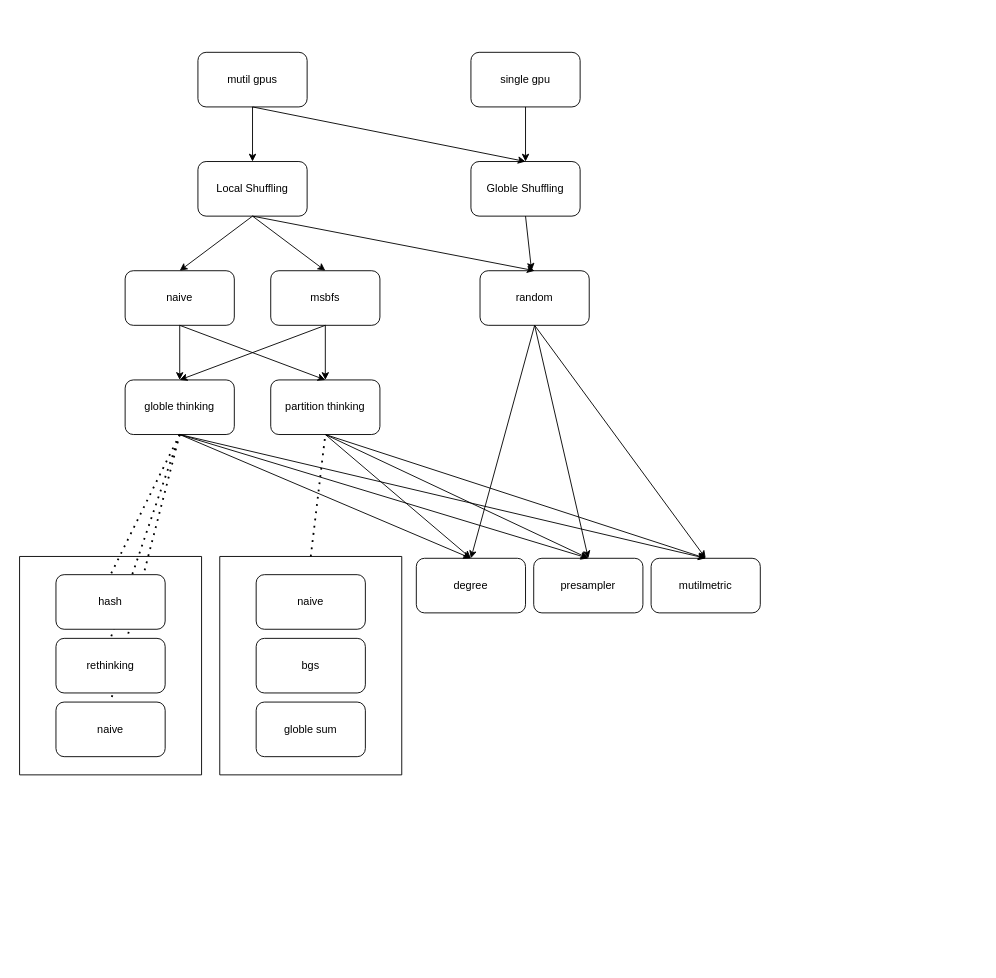
The draw.io diagram draw/data_arch.drawio in Baizx98/BGS, before the edit. Source tidied: cells renumbered, new cells numbered last; positions are measured from the earlier drawing's top-left corner, leaving out a move shared by most shapes. Both pictures are drawn from the tidied source at 91%, with x=0, y=0 at pixel (19, 52).
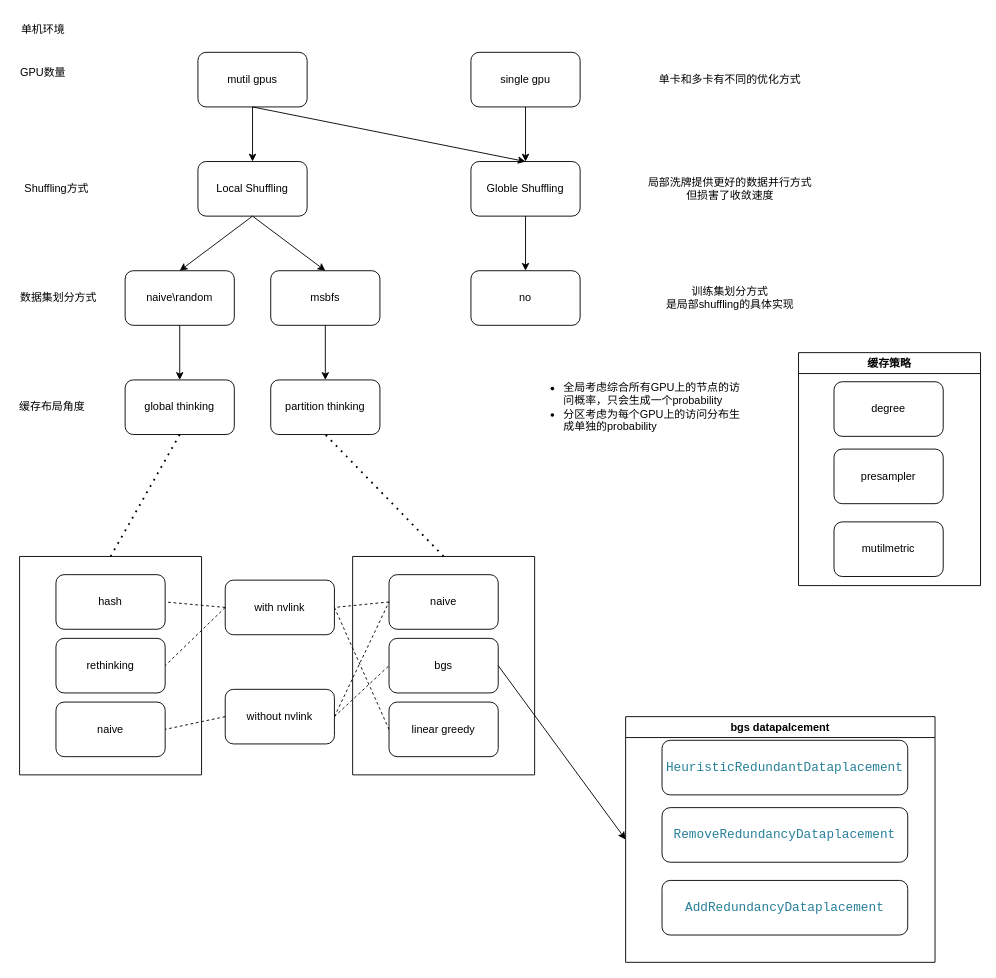
Above is the later version.

The change refers to these unchanged cells:
```xml
<mxCell id="4" value="msbfs" style="rounded=1;whiteSpace=wrap;html=1;" parent="1" vertex="1">
  <mxGeometry x="276" y="240" width="120" height="60" as="geometry" />
</mxCell>
<mxCell id="5" value="Local Shuffling" style="rounded=1;whiteSpace=wrap;html=1;" parent="1" vertex="1">
  <mxGeometry x="196" y="120" width="120" height="60" as="geometry" />
</mxCell>
<mxCell id="13" value="partition thinking" style="rounded=1;whiteSpace=wrap;html=1;" parent="1" vertex="1">
  <mxGeometry x="276" y="360" width="120" height="60" as="geometry" />
</mxCell>
<mxCell id="37" style="swimlane;startSize=0;" parent="1" vertex="1">
  <mxGeometry y="554" width="200" height="240" as="geometry" />
</mxCell>
<mxCell id="38" value="hash" style="rounded=1;whiteSpace=wrap;html=1;" parent="37" vertex="1">
  <mxGeometry x="40" y="20" width="120" height="60" as="geometry" />
</mxCell>
<mxCell id="39" value="rethinking" style="rounded=1;whiteSpace=wrap;html=1;" parent="37" vertex="1">
  <mxGeometry x="40" y="90" width="120" height="60" as="geometry" />
</mxCell>
<mxCell id="40" value="naive" style="rounded=1;whiteSpace=wrap;html=1;" parent="37" vertex="1">
  <mxGeometry x="40" y="160" width="120" height="60" as="geometry" />
</mxCell>
<mxCell id="42" value="naive" style="rounded=1;whiteSpace=wrap;html=1;" parent="41" vertex="1">
  <mxGeometry x="40" y="20" width="120" height="60" as="geometry" />
</mxCell>
<mxCell id="43" value="bgs" style="rounded=1;whiteSpace=wrap;html=1;" parent="41" vertex="1">
  <mxGeometry x="40" y="90" width="120" height="60" as="geometry" />
</mxCell>
```

What changed in the source:
```diff
@@
-    <mxCell id="2" value="naive" style="rounded=1;whiteSpace=wrap;html=1;" parent="1" vertex="1">
+    <mxCell id="2" value="naive\random" style="rounded=1;whiteSpace=wrap;html=1;" parent="1" vertex="1">
       <mxGeometry x="116" y="240" width="120" height="60" as="geometry" />
     </mxCell>
-    <mxCell id="3" value="random" style="rounded=1;whiteSpace=wrap;html=1;" parent="1" vertex="1">
-      <mxGeometry x="506" y="240" width="120" height="60" as="geometry" />
+    <mxCell id="3" value="no" style="rounded=1;whiteSpace=wrap;html=1;" parent="1" vertex="1">
+      <mxGeometry x="496" y="240" width="120" height="60" as="geometry" />
     </mxCell>
@@
-    <mxCell id="7" value="degree" style="rounded=1;whiteSpace=wrap;html=1;" parent="1" vertex="1">
-      <mxGeometry x="436" y="556" width="120" height="60" as="geometry" />
-    </mxCell>
-    <mxCell id="8" value="presampler" style="rounded=1;whiteSpace=wrap;html=1;" parent="1" vertex="1">
-      <mxGeometry x="565" y="556" width="120" height="60" as="geometry" />
-    </mxCell>
-    <mxCell id="9" value="mutilmetric" style="rounded=1;whiteSpace=wrap;html=1;" parent="1" vertex="1">
-      <mxGeometry x="694" y="556" width="120" height="60" as="geometry" />
-    </mxCell>
@@
-    <mxCell id="12" value="globle thinking" style="rounded=1;whiteSpace=wrap;html=1;" parent="1" vertex="1">
+    <mxCell id="12" value="global thinking" style="rounded=1;whiteSpace=wrap;html=1;" parent="1" vertex="1">
       <mxGeometry x="116" y="360" width="120" height="60" as="geometry" />
     </mxCell>
@@
-    <mxCell id="20" style="endArrow=classic;html=1;exitX=0.5;exitY=1;exitDx=0;exitDy=0;entryX=0.5;entryY=0;entryDx=0;entryDy=0;" parent="1" edge="1" source="5" target="3">
-      <mxGeometry relative="1" as="geometry" />
-    </mxCell>
@@
-    <mxCell id="22" style="endArrow=classic;html=1;exitX=0.5;exitY=1;exitDx=0;exitDy=0;entryX=0.5;entryY=0;entryDx=0;entryDy=0;" parent="1" edge="1" source="2" target="13">
-      <mxGeometry relative="1" as="geometry" />
-    </mxCell>
-    <mxCell id="23" style="endArrow=classic;html=1;exitX=0.5;exitY=1;exitDx=0;exitDy=0;entryX=0.5;entryY=0;entryDx=0;entryDy=0;" parent="1" edge="1" source="4" target="12">
-      <mxGeometry relative="1" as="geometry" />
-    </mxCell>
@@
-    <mxCell id="25" style="endArrow=classic;html=1;exitX=0.5;exitY=1;exitDx=0;exitDy=0;entryX=0.5;entryY=0;entryDx=0;entryDy=0;" parent="1" edge="1" source="12" target="7">
-      <mxGeometry relative="1" as="geometry" />
-    </mxCell>
-    <mxCell id="26" style="endArrow=classic;html=1;exitX=0.5;exitY=1;exitDx=0;exitDy=0;entryX=0.5;entryY=0;entryDx=0;entryDy=0;" parent="1" edge="1" source="12" target="8">
-      <mxGeometry relative="1" as="geometry" />
-    </mxCell>
-    <mxCell id="27" style="endArrow=classic;html=1;exitX=0.5;exitY=1;exitDx=0;exitDy=0;entryX=0.5;entryY=0;entryDx=0;entryDy=0;" parent="1" edge="1" source="12" target="9">
-      <mxGeometry relative="1" as="geometry" />
-    </mxCell>
-    <mxCell id="28" style="endArrow=classic;html=1;exitX=0.5;exitY=1;exitDx=0;exitDy=0;entryX=0.5;entryY=0;entryDx=0;entryDy=0;" parent="1" edge="1" source="13" target="7">
-      <mxGeometry relative="1" as="geometry" />
-    </mxCell>
-    <mxCell id="29" style="endArrow=classic;html=1;exitX=0.5;exitY=1;exitDx=0;exitDy=0;entryX=0.5;entryY=0;entryDx=0;entryDy=0;" parent="1" edge="1" source="13" target="8">
-      <mxGeometry relative="1" as="geometry" />
-    </mxCell>
-    <mxCell id="30" style="endArrow=classic;html=1;exitX=0.5;exitY=1;exitDx=0;exitDy=0;entryX=0.5;entryY=0;entryDx=0;entryDy=0;" parent="1" edge="1" source="13" target="9">
-      <mxGeometry relative="1" as="geometry" />
-    </mxCell>
-    <mxCell id="31" style="endArrow=classic;html=1;exitX=0.5;exitY=1;exitDx=0;exitDy=0;entryX=0.5;entryY=0;entryDx=0;entryDy=0;" parent="1" edge="1" source="3" target="7">
-      <mxGeometry relative="1" as="geometry" />
-    </mxCell>
-    <mxCell id="32" style="endArrow=classic;html=1;exitX=0.5;exitY=1;exitDx=0;exitDy=0;entryX=0.5;entryY=0;entryDx=0;entryDy=0;" parent="1" edge="1" source="3" target="8">
-      <mxGeometry relative="1" as="geometry" />
-    </mxCell>
-    <mxCell id="33" style="endArrow=classic;html=1;exitX=0.5;exitY=1;exitDx=0;exitDy=0;entryX=0.5;entryY=0;entryDx=0;entryDy=0;" parent="1" edge="1" source="3" target="9">
-      <mxGeometry relative="1" as="geometry" />
-    </mxCell>
-    <mxCell id="34" style="endArrow=none;dashed=1;html=1;dashPattern=1 3;strokeWidth=2;exitX=0.5;exitY=1;exitDx=0;exitDy=0;entryX=0.5;entryY=0;entryDx=0;entryDy=0;" parent="1" edge="1" source="12" target="38">
+    <mxCell id="34" style="endArrow=none;dashed=1;html=1;dashPattern=1 3;strokeWidth=2;exitX=0.5;exitY=1;exitDx=0;exitDy=0;entryX=0.5;entryY=0;entryDx=0;entryDy=0;" parent="1" edge="1" source="12" target="37">
       <mxGeometry relative="1" as="geometry" />
     </mxCell>
-    <mxCell id="35" style="endArrow=none;dashed=1;html=1;dashPattern=1 3;strokeWidth=2;exitX=0.5;exitY=1;exitDx=0;exitDy=0;entryX=0.5;entryY=0;entryDx=0;entryDy=0;" parent="1" edge="1" source="12" target="39">
-      <mxGeometry relative="1" as="geometry" />
-    </mxCell>
-    <mxCell id="36" style="endArrow=none;dashed=1;html=1;dashPattern=1 3;strokeWidth=2;exitX=0.5;exitY=1;exitDx=0;exitDy=0;entryX=0.5;entryY=0;entryDx=0;entryDy=0;" parent="1" edge="1" source="12" target="40">
-      <mxGeometry relative="1" as="geometry" />
-    </mxCell>
@@
     <mxCell id="41" style="swimlane;startSize=0;" parent="1" vertex="1">
-      <mxGeometry x="220" y="554" width="200" height="240" as="geometry" />
+      <mxGeometry x="366" y="554" width="200" height="240" as="geometry" />
     </mxCell>
@@
-    <mxCell id="44" value="globle sum" style="rounded=1;whiteSpace=wrap;html=1;" parent="41" vertex="1">
+    <mxCell id="44" value="linear greedy" style="rounded=1;whiteSpace=wrap;html=1;" parent="41" vertex="1">
       <mxGeometry x="40" y="160" width="120" height="60" as="geometry" />
     </mxCell>
@@
+    <mxCell id="46" value="单机环境" style="text;html=1;strokeColor=none;fillColor=none;align=center;verticalAlign=middle;whiteSpace=wrap;rounded=0;" parent="1" vertex="1">
+      <mxGeometry x="-4" y="-40" width="60" height="30" as="geometry" />
+    </mxCell>
+    <mxCell id="47" value="GPU数量" style="text;html=1;strokeColor=none;fillColor=none;align=center;verticalAlign=middle;whiteSpace=wrap;rounded=0;" parent="1" vertex="1">
+      <mxGeometry x="-4" y="7" width="60" height="30" as="geometry" />
+    </mxCell>
+    <mxCell id="48" value="Shuffling方式" style="text;html=1;strokeColor=none;fillColor=none;align=center;verticalAlign=middle;whiteSpace=wrap;rounded=0;" parent="1" vertex="1">
+      <mxGeometry x="-4" y="135" width="90" height="30" as="geometry" />
+    </mxCell>
+    <mxCell id="49" value="数据集划分方式" style="text;html=1;strokeColor=none;fillColor=none;align=center;verticalAlign=middle;whiteSpace=wrap;rounded=0;" parent="1" vertex="1">
+      <mxGeometry y="255" width="86" height="30" as="geometry" />
+    </mxCell>
+    <mxCell id="50" value="缓存布局角度" style="text;html=1;strokeColor=none;fillColor=none;align=center;verticalAlign=middle;whiteSpace=wrap;rounded=0;" parent="1" vertex="1">
+      <mxGeometry x="-4" y="375" width="80" height="30" as="geometry" />
+    </mxCell>
+    <mxCell id="51" value="缓存策略" style="swimlane;whiteSpace=wrap;html=1;" parent="1" vertex="1">
+      <mxGeometry x="856" y="330" width="200" height="256" as="geometry" />
+    </mxCell>
+    <mxCell id="7" value="degree" style="rounded=1;whiteSpace=wrap;html=1;" parent="51" vertex="1">
+      <mxGeometry x="39" y="32" width="120" height="60" as="geometry" />
+    </mxCell>
+    <mxCell id="8" value="presampler" style="rounded=1;whiteSpace=wrap;html=1;" parent="51" vertex="1">
+      <mxGeometry x="39" y="106" width="120" height="60" as="geometry" />
+    </mxCell>
+    <mxCell id="9" value="mutilmetric" style="rounded=1;whiteSpace=wrap;html=1;" parent="51" vertex="1">
+      <mxGeometry x="39" y="186" width="120" height="60" as="geometry" />
+    </mxCell>
+    <mxCell id="52" value="单卡和多卡有不同的优化方式" style="text;html=1;strokeColor=none;fillColor=none;align=center;verticalAlign=middle;whiteSpace=wrap;rounded=0;" parent="1" vertex="1">
+      <mxGeometry x="696" y="15" width="170" height="30" as="geometry" />
+    </mxCell>
+    <mxCell id="53" value="局部洗牌提供更好的数据并行方式&lt;br&gt;但损害了收敛速度" style="text;html=1;strokeColor=none;fillColor=none;align=center;verticalAlign=middle;whiteSpace=wrap;rounded=0;" parent="1" vertex="1">
+      <mxGeometry x="681" y="135" width="200" height="30" as="geometry" />
+    </mxCell>
+    <mxCell id="54" value="训练集划分方式&lt;br&gt;是局部shuffling的具体实现" style="text;html=1;strokeColor=none;fillColor=none;align=center;verticalAlign=middle;whiteSpace=wrap;rounded=0;" parent="1" vertex="1">
+      <mxGeometry x="696" y="255" width="170" height="30" as="geometry" />
+    </mxCell>
+    <mxCell id="55" value="&lt;ul&gt;&lt;li&gt;全局考虑综合所有GPU上的节点的访问概率，只会生成一个probability&lt;/li&gt;&lt;li&gt;分区考虑为每个GPU上的访问分布生成单独的probability&lt;/li&gt;&lt;/ul&gt;" style="text;html=1;strokeColor=none;fillColor=none;align=left;verticalAlign=middle;whiteSpace=wrap;rounded=0;" parent="1" vertex="1">
+      <mxGeometry x="556" y="375" width="240" height="30" as="geometry" />
+    </mxCell>
+    <mxCell id="56" value="with nvlink" style="rounded=1;whiteSpace=wrap;html=1;" parent="1" vertex="1">
+      <mxGeometry x="226" y="580" width="120" height="60" as="geometry" />
+    </mxCell>
+    <mxCell id="57" value="without nvlink" style="rounded=1;whiteSpace=wrap;html=1;" parent="1" vertex="1">
+      <mxGeometry x="226" y="700" width="120" height="60" as="geometry" />
+    </mxCell>
+    <mxCell id="58" style="endArrow=none;dashed=1;html=1;exitX=0;exitY=0.5;exitDx=0;exitDy=0;entryX=1;entryY=0.5;entryDx=0;entryDy=0;" parent="1" edge="1" source="56" target="38">
+      <mxGeometry relative="1" as="geometry" />
+    </mxCell>
+    <mxCell id="59" style="endArrow=none;dashed=1;html=1;exitX=0;exitY=0.5;exitDx=0;exitDy=0;entryX=1;entryY=0.5;entryDx=0;entryDy=0;" parent="1" edge="1" source="56" target="39">
+      <mxGeometry relative="1" as="geometry" />
+    </mxCell>
+    <mxCell id="60" style="endArrow=none;dashed=1;html=1;exitX=0;exitY=0.5;exitDx=0;exitDy=0;entryX=1;entryY=0.5;entryDx=0;entryDy=0;" parent="1" edge="1" source="57" target="40">
+      <mxGeometry relative="1" as="geometry" />
+    </mxCell>
+    <mxCell id="61" style="endArrow=none;dashed=1;html=1;exitX=0;exitY=0.5;exitDx=0;exitDy=0;entryX=1;entryY=0.5;entryDx=0;entryDy=0;" parent="1" edge="1" source="42" target="56">
+      <mxGeometry relative="1" as="geometry" />
+    </mxCell>
+    <mxCell id="62" style="endArrow=none;dashed=1;html=1;entryX=0;entryY=0.5;entryDx=0;entryDy=0;exitX=1;exitY=0.5;exitDx=0;exitDy=0;" parent="1" edge="1" source="57" target="42">
+      <mxGeometry relative="1" as="geometry" />
+    </mxCell>
+    <mxCell id="63" style="endArrow=none;dashed=1;html=1;entryX=0;entryY=0.5;entryDx=0;entryDy=0;exitX=1;exitY=0.5;exitDx=0;exitDy=0;" parent="1" edge="1" source="56" target="44">
+      <mxGeometry relative="1" as="geometry" />
+    </mxCell>
+    <mxCell id="64" style="endArrow=none;dashed=1;html=1;entryX=0;entryY=0.5;entryDx=0;entryDy=0;exitX=1;exitY=0.5;exitDx=0;exitDy=0;" parent="1" edge="1" source="57" target="43">
+      <mxGeometry relative="1" as="geometry" />
+    </mxCell>
+    <mxCell id="65" value="bgs datapalcement" style="swimlane;whiteSpace=wrap;html=1;" parent="1" vertex="1">
+      <mxGeometry x="666" y="730" width="340" height="270" as="geometry" />
+    </mxCell>
+    <mxCell id="66" value="&lt;div style=&quot;color: rgb(59, 59, 59); background-color: rgb(255, 255, 255); font-family: Consolas, &amp;quot;Courier New&amp;quot;, monospace; font-size: 14px; line-height: 19px;&quot;&gt;&lt;span style=&quot;color: #267f99;&quot;&gt;HeuristicRedundantDataplacement&lt;/span&gt;&lt;/div&gt;" style="rounded=1;whiteSpace=wrap;html=1;" parent="65" vertex="1">
+      <mxGeometry x="40" y="26" width="270" height="60" as="geometry" />
+    </mxCell>
+    <mxCell id="67" value="&lt;div style=&quot;color: rgb(59, 59, 59); background-color: rgb(255, 255, 255); font-family: Consolas, &amp;quot;Courier New&amp;quot;, monospace; font-size: 14px; line-height: 19px;&quot;&gt;&lt;div style=&quot;line-height: 19px;&quot;&gt;&lt;span style=&quot;color: #267f99;&quot;&gt;RemoveRedundancyDataplacement&lt;/span&gt;&lt;/div&gt;&lt;/div&gt;" style="rounded=1;whiteSpace=wrap;html=1;" parent="65" vertex="1">
+      <mxGeometry x="40" y="100" width="270" height="60" as="geometry" />
+    </mxCell>
+    <mxCell id="68" value="&lt;div style=&quot;color: rgb(59, 59, 59); background-color: rgb(255, 255, 255); font-family: Consolas, &amp;quot;Courier New&amp;quot;, monospace; font-size: 14px; line-height: 19px;&quot;&gt;&lt;div style=&quot;line-height: 19px;&quot;&gt;&lt;div style=&quot;line-height: 19px;&quot;&gt;&lt;span style=&quot;color: #267f99;&quot;&gt;AddRedundancyDataplacement&lt;/span&gt;&lt;/div&gt;&lt;/div&gt;&lt;/div&gt;" style="rounded=1;whiteSpace=wrap;html=1;" parent="65" vertex="1">
+      <mxGeometry x="40" y="180" width="270" height="60" as="geometry" />
+    </mxCell>
+    <mxCell id="69" style="endArrow=classic;html=1;entryX=0;entryY=0.5;entryDx=0;entryDy=0;exitX=1;exitY=0.5;exitDx=0;exitDy=0;" parent="1" edge="1" source="43" target="65">
+      <mxGeometry relative="1" as="geometry" />
+    </mxCell>
```
